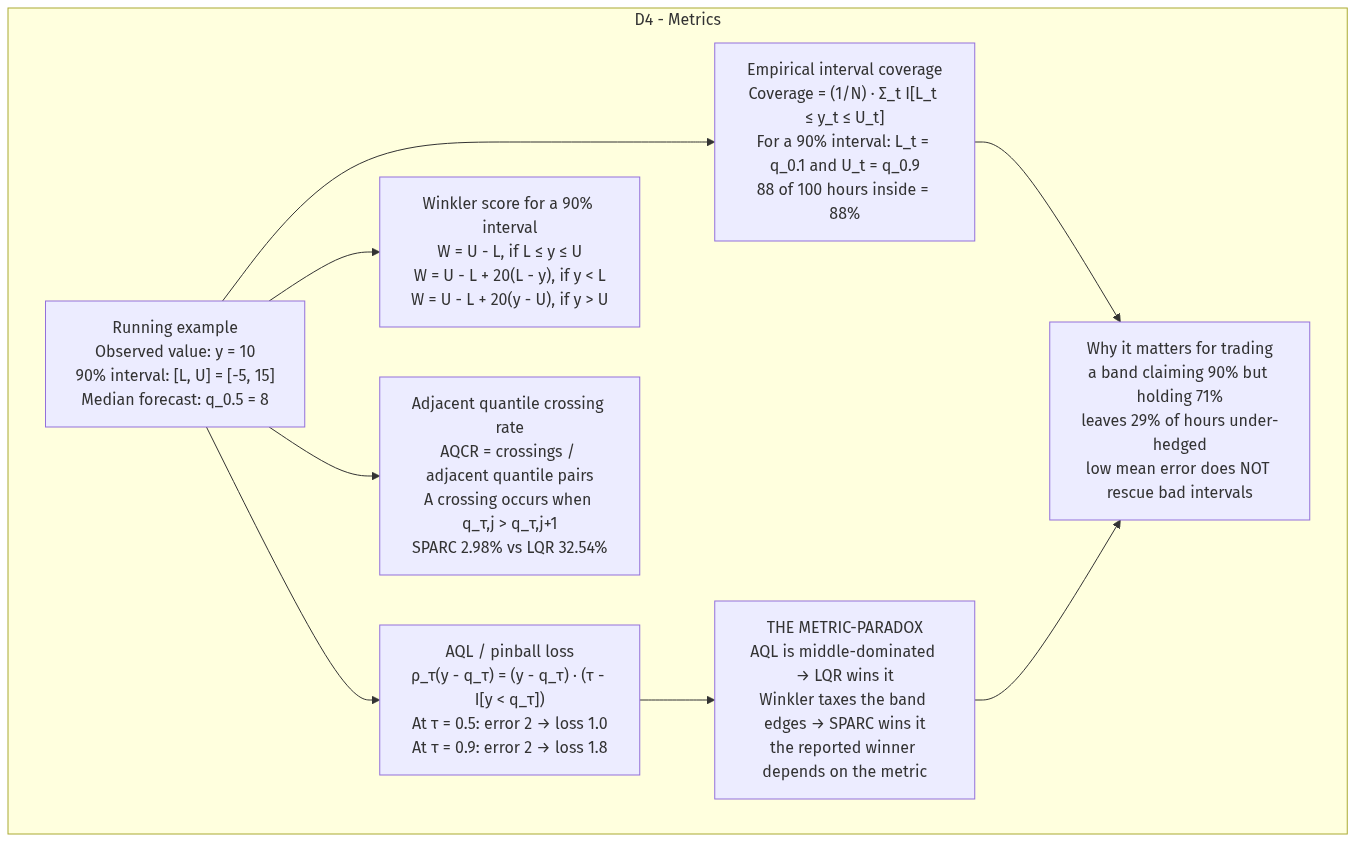
L1ZLe/ercot-casp-paper keeps this Mermaid diagram as docs/explanation/06-sparc-flow-05-G_D4.png. Above is the earlier version. Its source is kept beside it as docs/explanation/06-sparc-flow-05-G_D4.mmd.
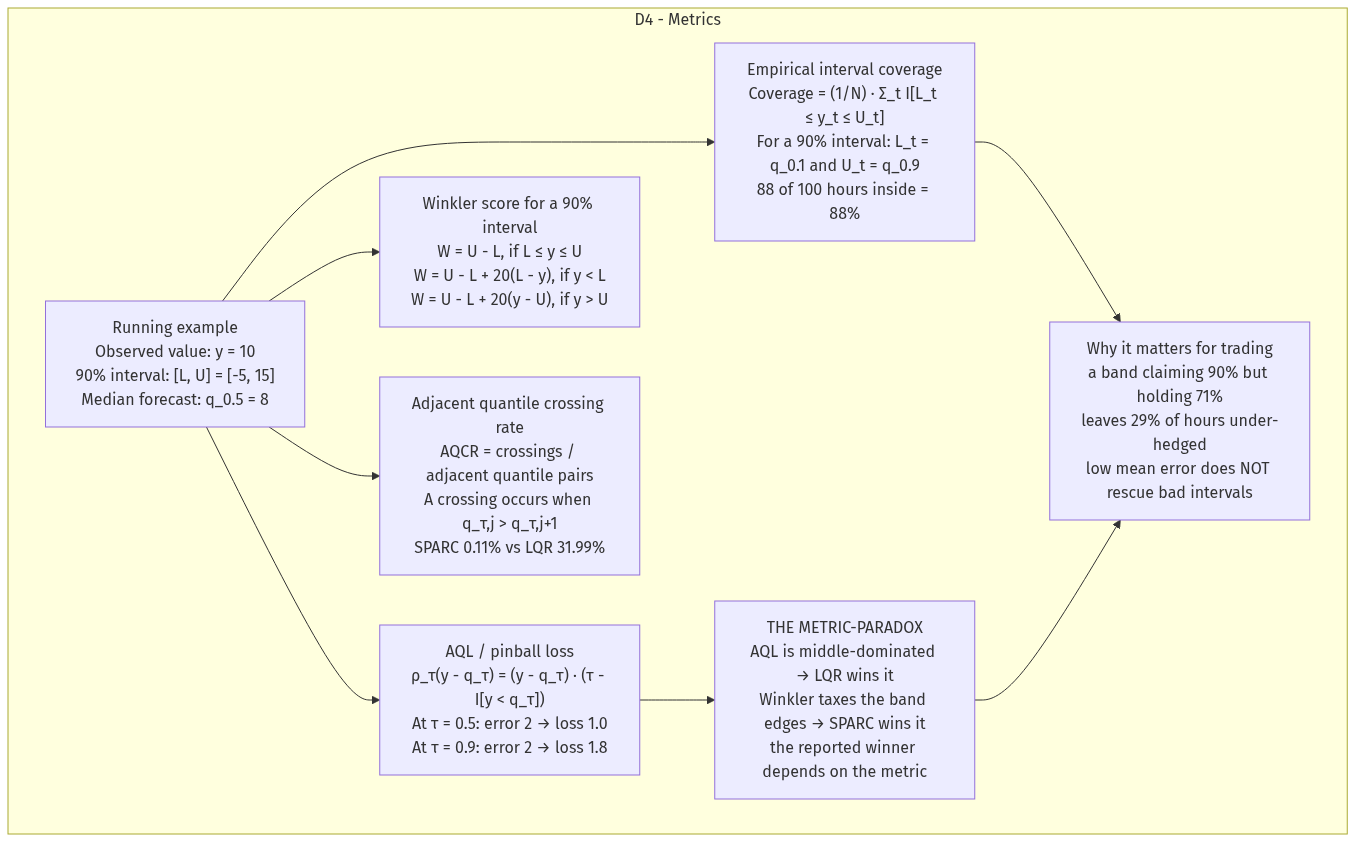
Above is the later version.

Diff of the diagram source:
```diff
@@ -7,7 +7,7 @@
     AQL["AQL / pinball loss<br/>ρ_τ(y - q_τ) = (y - q_τ) · (τ - I[y &lt; q_τ])<br/>At τ = 0.5: error 2 → loss 1.0<br/>At τ = 0.9: error 2 → loss 1.8"]
     COV["Empirical interval coverage<br/>Coverage = (1/N) · Σ_t I[L_t ≤ y_t ≤ U_t]<br/>For a 90% interval: L_t = q_0.1 and U_t = q_0.9<br/>88 of 100 hours inside = 88%"]
     WINK["Winkler score for a 90% interval<br/>W = U - L, if L ≤ y ≤ U<br/>W = U - L + 20(L - y), if y &lt; L<br/>W = U - L + 20(y - U), if y &gt; U"]
-    AQCR["Adjacent quantile crossing rate<br/>AQCR = crossings / adjacent quantile pairs<br/>A crossing occurs when q_τ,j &gt; q_τ,j+1<br/>SPARC 2.98% vs LQR 32.54%"]
+    AQCR["Adjacent quantile crossing rate<br/>AQCR = crossings / adjacent quantile pairs<br/>A crossing occurs when q_τ,j &gt; q_τ,j+1<br/>SPARC 0.11% vs LQR 31.99%"]
     AQL --> PARADOX["THE METRIC-PARADOX<br/>AQL is middle-dominated → LQR wins it<br/>Winkler taxes the band edges → SPARC wins it<br/>the reported winner depends on the metric"]
     COV --> TRADE["Why it matters for trading<br/>a band claiming 90% but holding 71%<br/>leaves 29% of hours under-hedged<br/>low mean error does NOT rescue bad intervals"]
     PARADOX --> TRADE
```
